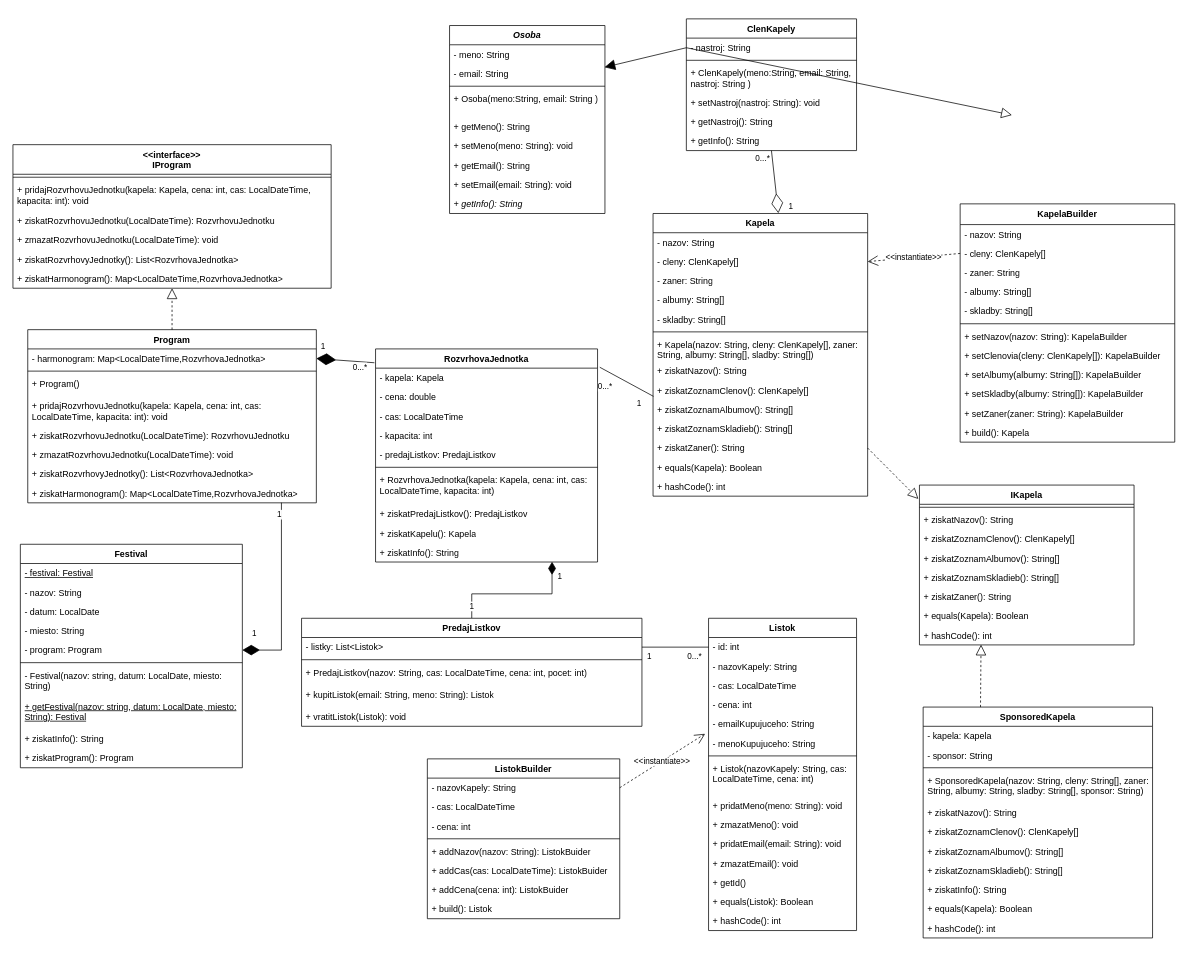
This is zadanie/uml.drawio from cherniaky/ANIS2, a draw.io file, before an edit. Source tidied: cells renumbered, new cells numbered last; positions are measured from the earlier drawing's top-left corner, leaving out a move shared by most shapes. Both pictures are drawn from the tidied source at 74%, with x=0, y=0 at pixel (13, 18).
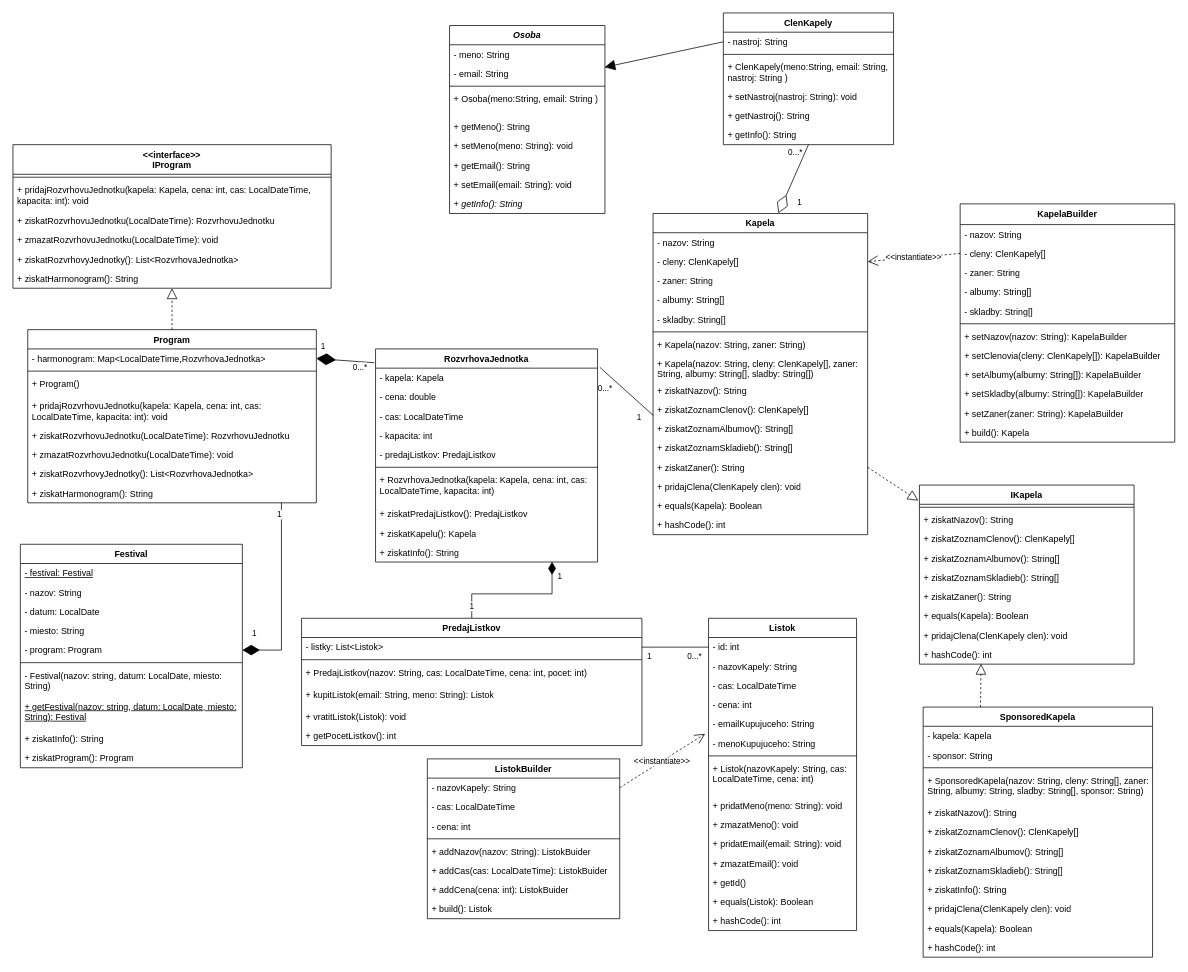
After the change.

Unchanged cells that the change refers to:
```xml
<mxCell id="17" value="Program" style="swimlane;fontStyle=1;align=center;verticalAlign=top;horizontal=1;startSize=26;whiteSpace=wrap;html=1;" parent="1" vertex="1">
  <mxGeometry x="20" y="420" width="390" height="234" as="geometry" />
</mxCell>
<mxCell id="29" value="&amp;lt;&amp;lt;interface&amp;gt;&amp;gt;&lt;br&gt;IProgram" style="swimlane;fontStyle=1;align=center;verticalAlign=top;horizontal=1;startSize=40;whiteSpace=wrap;html=1;" parent="1" vertex="1">
  <mxGeometry y="170" width="430" height="194" as="geometry" />
</mxCell>
<mxCell id="117" value="-&amp;nbsp;nastroj: String" style="text;strokeColor=none;fillColor=none;align=left;verticalAlign=top;spacingLeft=4;spacingRight=4;overflow=hidden;points=[[0,0.5],[1,0.5]];portConstraint=eastwest;whiteSpace=wrap;html=1;" parent="116" vertex="1">
  <mxGeometry y="26" width="230" height="26" as="geometry" />
</mxCell>
```

Diff of the diagram source:
```diff
@@
     <mxCell id="2" value="Kapela" style="swimlane;fontStyle=1;align=center;verticalAlign=top;horizontal=1;startSize=26;whiteSpace=wrap;html=1;" parent="1" vertex="1">
-      <mxGeometry x="865" y="263" width="290" height="382" as="geometry" />
+      <mxGeometry x="865" y="263" width="290" height="434" as="geometry" />
     </mxCell>
@@
+    <mxCell id="161" value="+ Kapela(nazov: String, zaner: String)" style="text;strokeColor=none;fillColor=none;align=left;verticalAlign=top;spacingLeft=4;spacingRight=4;overflow=hidden;whiteSpace=wrap;html=1;" parent="2" vertex="1">
+      <mxGeometry y="164" width="290" height="26" as="geometry" />
+    </mxCell>
     <mxCell id="9" value="+ Kapela(nazov: String, cleny: ClenKapely[], zaner: String, albumy: String[], sladby: String[])" style="text;strokeColor=none;fillColor=none;align=left;verticalAlign=top;spacingLeft=4;spacingRight=4;overflow=hidden;whiteSpace=wrap;html=1;" parent="2" vertex="1">
-      <mxGeometry y="164" width="290" height="36" as="geometry" />
+      <mxGeometry y="190" width="290" height="36" as="geometry" />
     </mxCell>
     <mxCell id="10" value="+ ziskatNazov(): String" style="text;strokeColor=none;fillColor=none;align=left;verticalAlign=top;spacingLeft=4;spacingRight=4;overflow=hidden;whiteSpace=wrap;html=1;" parent="2" vertex="1">
-      <mxGeometry y="200" width="290" height="26" as="geometry" />
+      <mxGeometry y="226" width="290" height="26" as="geometry" />
     </mxCell>
     <mxCell id="11" value="+ ziskatZoznamClenov():&amp;nbsp;ClenKapely[]" style="text;strokeColor=none;fillColor=none;align=left;verticalAlign=top;spacingLeft=4;spacingRight=4;overflow=hidden;points=[[0,0.5],[1,0.5]];portConstraint=eastwest;whiteSpace=wrap;html=1;" parent="2" vertex="1">
-      <mxGeometry y="226" width="290" height="26" as="geometry" />
+      <mxGeometry y="252" width="290" height="26" as="geometry" />
     </mxCell>
     <mxCell id="12" value="+ ziskatZoznamAlbumov(): String[]" style="text;strokeColor=none;fillColor=none;align=left;verticalAlign=top;spacingLeft=4;spacingRight=4;overflow=hidden;whiteSpace=wrap;html=1;" parent="2" vertex="1">
-      <mxGeometry y="252" width="290" height="26" as="geometry" />
+      <mxGeometry y="278" width="290" height="26" as="geometry" />
     </mxCell>
     <mxCell id="13" value="+ ziskatZoznamSkladieb(): String[]" style="text;strokeColor=none;fillColor=none;align=left;verticalAlign=top;spacingLeft=4;spacingRight=4;overflow=hidden;whiteSpace=wrap;html=1;" parent="2" vertex="1">
-      <mxGeometry y="278" width="290" height="26" as="geometry" />
+      <mxGeometry y="304" width="290" height="26" as="geometry" />
     </mxCell>
     <mxCell id="14" value="+ ziskatZaner(): String" style="text;strokeColor=none;fillColor=none;align=left;verticalAlign=top;spacingLeft=4;spacingRight=4;overflow=hidden;points=[[0,0.5],[1,0.5]];portConstraint=eastwest;whiteSpace=wrap;html=1;" parent="2" vertex="1">
-      <mxGeometry y="304" width="290" height="26" as="geometry" />
+      <mxGeometry y="330" width="290" height="26" as="geometry" />
     </mxCell>
+    <mxCell id="162" value="+ pridajClena(ClenKapely clen): void" style="text;strokeColor=none;fillColor=none;align=left;verticalAlign=top;spacingLeft=4;spacingRight=4;overflow=hidden;whiteSpace=wrap;html=1;" parent="2" vertex="1">
+      <mxGeometry y="356" width="290" height="26" as="geometry" />
+    </mxCell>
     <mxCell id="15" value="+ equals(Kapela): Boolean" style="text;strokeColor=none;fillColor=none;align=left;verticalAlign=top;spacingLeft=4;spacingRight=4;overflow=hidden;whiteSpace=wrap;html=1;" parent="2" vertex="1">
-      <mxGeometry y="330" width="290" height="26" as="geometry" />
+      <mxGeometry y="382" width="290" height="26" as="geometry" />
     </mxCell>
     <mxCell id="16" value="+&amp;nbsp;hashCode(): int" style="text;strokeColor=none;fillColor=none;align=left;verticalAlign=top;spacingLeft=4;spacingRight=4;overflow=hidden;whiteSpace=wrap;html=1;" parent="2" vertex="1">
-      <mxGeometry y="356" width="290" height="26" as="geometry" />
+      <mxGeometry y="408" width="290" height="26" as="geometry" />
     </mxCell>
@@
-    <mxCell id="25" value="+ ziskatHarmonogram(): Map&amp;lt;LocalDateTime,RozvrhovaJednotka&amp;gt;" style="text;strokeColor=none;fillColor=none;align=left;verticalAlign=top;spacingLeft=4;spacingRight=4;overflow=hidden;points=[[0,0.5],[1,0.5]];portConstraint=eastwest;whiteSpace=wrap;html=1;" parent="17" vertex="1">
+    <mxCell id="25" value="+ ziskatHarmonogram(): String" style="text;strokeColor=none;fillColor=none;align=left;verticalAlign=top;spacingLeft=4;spacingRight=4;overflow=hidden;points=[[0,0.5],[1,0.5]];portConstraint=eastwest;whiteSpace=wrap;html=1;" parent="17" vertex="1">
       <mxGeometry y="208" width="390" height="26" as="geometry" />
     </mxCell>
@@
-    <mxCell id="35" value="+ ziskatHarmonogram(): Map&amp;lt;LocalDateTime,RozvrhovaJednotka&amp;gt;" style="text;strokeColor=none;fillColor=none;align=left;verticalAlign=top;spacingLeft=4;spacingRight=4;overflow=hidden;points=[[0,0.5],[1,0.5]];portConstraint=eastwest;whiteSpace=wrap;html=1;" parent="29" vertex="1">
+    <mxCell id="35" value="+ ziskatHarmonogram(): String" style="text;strokeColor=none;fillColor=none;align=left;verticalAlign=top;spacingLeft=4;spacingRight=4;overflow=hidden;points=[[0,0.5],[1,0.5]];portConstraint=eastwest;whiteSpace=wrap;html=1;" parent="29" vertex="1">
       <mxGeometry y="168" width="430" height="26" as="geometry" />
     </mxCell>
@@
     <mxCell id="53" value="PredajListkov" style="swimlane;fontStyle=1;align=center;verticalAlign=top;horizontal=1;startSize=26;whiteSpace=wrap;html=1;" parent="1" vertex="1">
-      <mxGeometry x="390" y="810" width="460" height="146" as="geometry" />
+      <mxGeometry x="390" y="810" width="460" height="172" as="geometry" />
     </mxCell>
@@
+    <mxCell id="163" value="+ getPocetListkov(): int" style="text;strokeColor=none;fillColor=none;align=left;verticalAlign=top;spacingLeft=4;spacingRight=4;overflow=hidden;whiteSpace=wrap;html=1;" parent="53" vertex="1">
+      <mxGeometry y="146" width="460" height="26" as="geometry" />
+    </mxCell>
@@
     <mxCell id="116" value="ClenKapely" style="swimlane;fontStyle=1;align=center;verticalAlign=top;horizontal=1;startSize=26;whiteSpace=wrap;html=1;" parent="1" vertex="1">
-      <mxGeometry x="910" width="230" height="178" as="geometry" />
+      <mxGeometry x="960" y="-8" width="230" height="178" as="geometry" />
     </mxCell>
@@
-    <mxCell id="123" style="endArrow=block;endFill=0;endSize=12;html=1;rounded=0;exitX=0;exitY=0.5;exitDx=0;exitDy=0;entryX=1;entryY=0.5;entryDx=0;entryDy=0;" parent="1" edge="1" source="117">
-      <mxGeometry relative="1" as="geometry">
-        <mxPoint x="1350" y="130" as="targetPoint" />
-      </mxGeometry>
-    </mxCell>
@@
     <mxCell id="127" value="IKapela" style="swimlane;fontStyle=1;align=center;verticalAlign=top;horizontal=1;startSize=26;whiteSpace=wrap;html=1;" parent="1" vertex="1">
-      <mxGeometry x="1225" y="630" width="290" height="216" as="geometry" />
+      <mxGeometry x="1225" y="630" width="290" height="242" as="geometry" />
     </mxCell>
@@
+    <mxCell id="164" value="+ pridajClena(ClenKapely clen): void" style="text;strokeColor=none;fillColor=none;align=left;verticalAlign=top;spacingLeft=4;spacingRight=4;overflow=hidden;whiteSpace=wrap;html=1;" parent="127" vertex="1">
+      <mxGeometry y="190" width="290" height="26" as="geometry" />
+    </mxCell>
     <mxCell id="135" value="+&amp;nbsp;hashCode(): int" style="text;strokeColor=none;fillColor=none;align=left;verticalAlign=top;spacingLeft=4;spacingRight=4;overflow=hidden;points=[[0,0.5],[1,0.5]];portConstraint=eastwest;whiteSpace=wrap;html=1;" parent="127" vertex="1">
-      <mxGeometry y="190" width="290" height="26" as="geometry" />
+      <mxGeometry y="216" width="290" height="26" as="geometry" />
     </mxCell>
@@
     <mxCell id="137" value="SponsoredKapela" style="swimlane;fontStyle=1;align=center;verticalAlign=top;horizontal=1;startSize=26;whiteSpace=wrap;html=1;" parent="1" vertex="1">
-      <mxGeometry x="1230" y="930" width="310" height="312" as="geometry" />
+      <mxGeometry x="1230" y="930" width="310" height="338" as="geometry" />
     </mxCell>
@@
+    <mxCell id="165" value="+ pridajClena(ClenKapely clen): void" style="text;strokeColor=none;fillColor=none;align=left;verticalAlign=top;spacingLeft=4;spacingRight=4;overflow=hidden;whiteSpace=wrap;html=1;" parent="137" vertex="1">
+      <mxGeometry y="260" width="310" height="26" as="geometry" />
+    </mxCell>
     <mxCell id="147" value="+ equals(Kapela): Boolean" style="text;strokeColor=none;fillColor=none;align=left;verticalAlign=top;spacingLeft=4;spacingRight=4;overflow=hidden;whiteSpace=wrap;html=1;" parent="137" vertex="1">
-      <mxGeometry y="260" width="310" height="26" as="geometry" />
+      <mxGeometry y="286" width="310" height="26" as="geometry" />
     </mxCell>
     <mxCell id="148" value="+&amp;nbsp;hashCode(): int" style="text;strokeColor=none;fillColor=none;align=left;verticalAlign=top;spacingLeft=4;spacingRight=4;overflow=hidden;whiteSpace=wrap;html=1;" parent="137" vertex="1">
-      <mxGeometry y="286" width="310" height="26" as="geometry" />
+      <mxGeometry y="312" width="310" height="26" as="geometry" />
     </mxCell>
```
